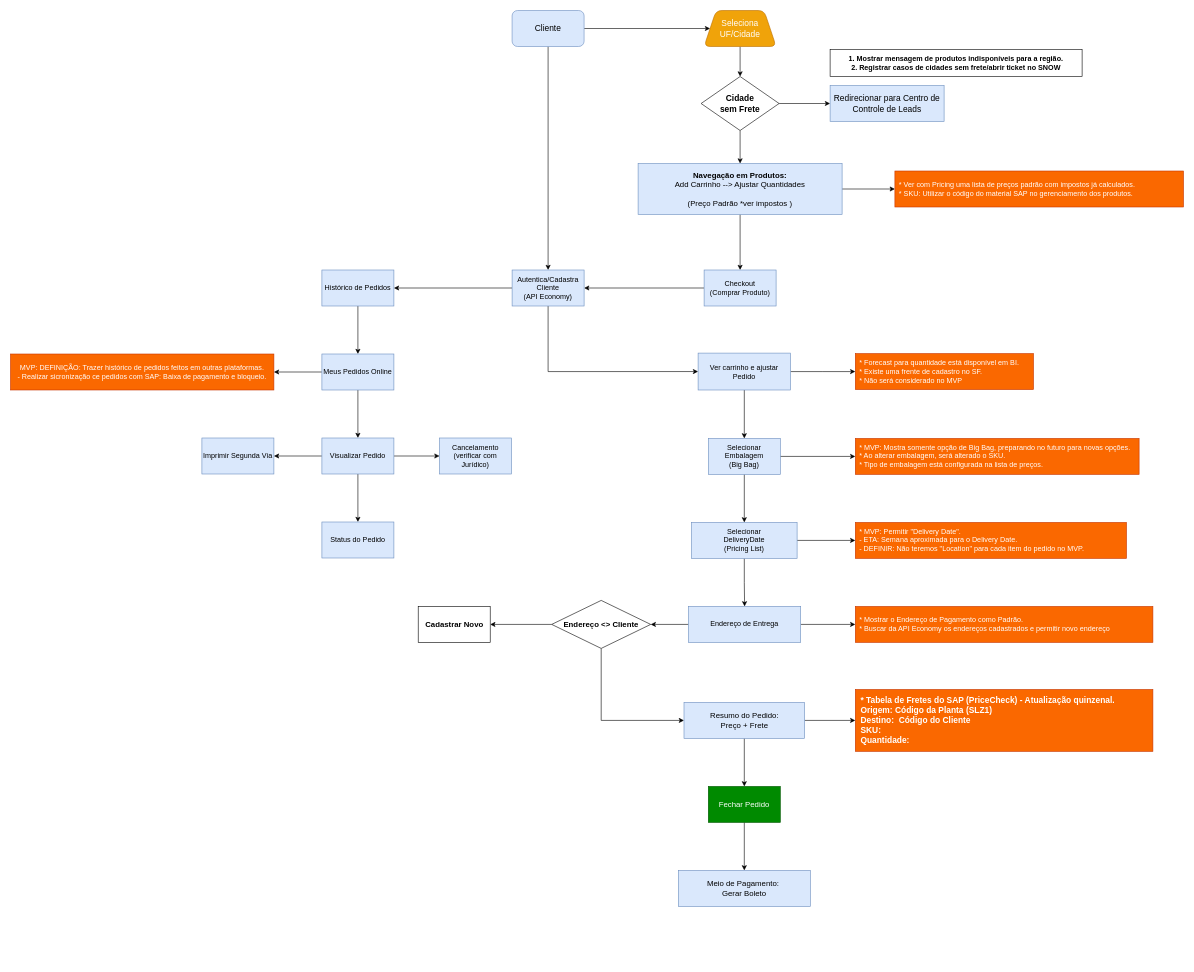
This is page "OrderEntry" (1 of 2) of OnlineSales.drawio from anlugifa/drawio, a draw.io file, before an edit. Source tidied: cells renumbered, new cells numbered last; positions are measured from the earlier drawing's top-left corner, leaving out a move shared by most shapes. Both pictures are drawn from the tidied source at 60%, with x=0, y=0 at pixel (10, 10).
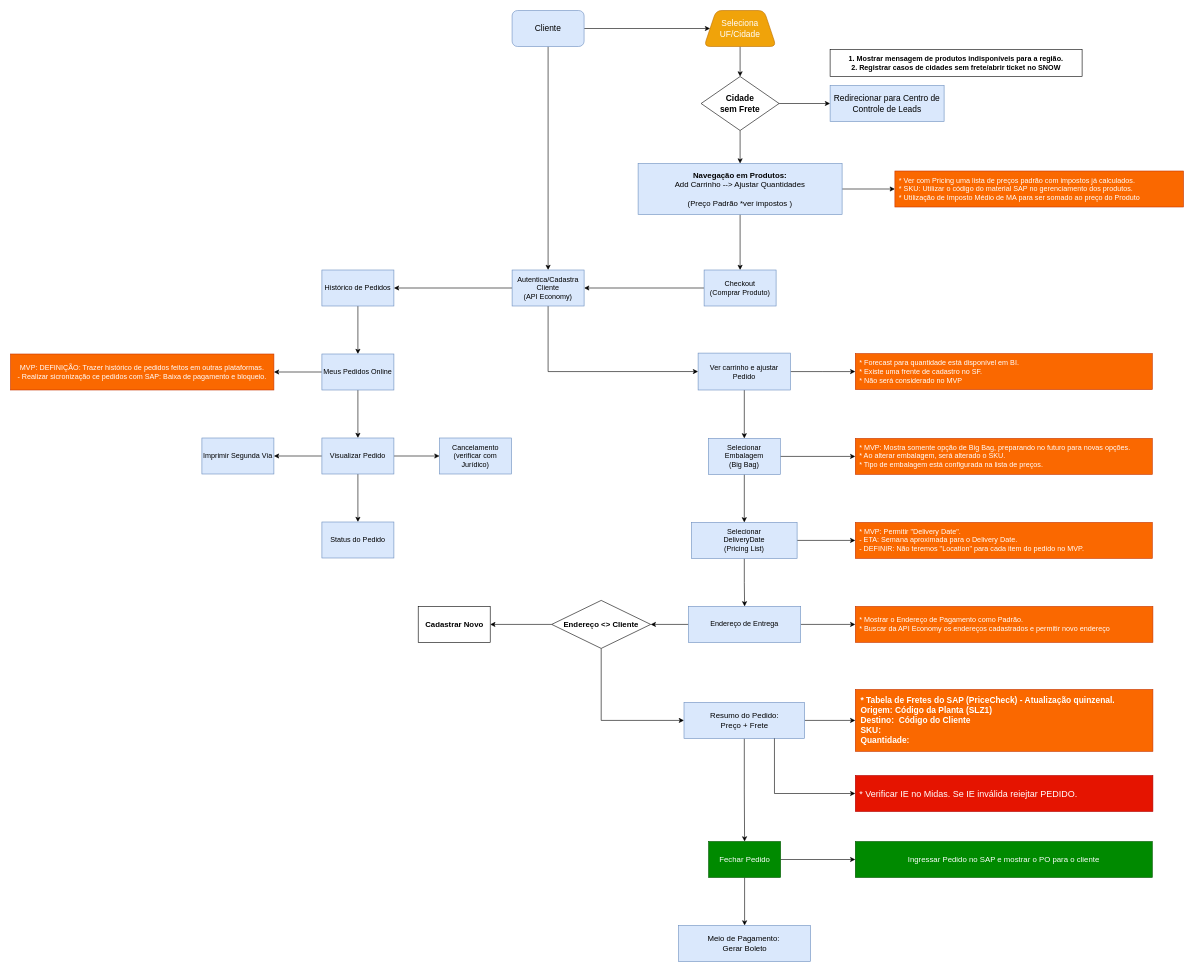
The same page after the edit.

Unchanged cells that the change refers to:
```xml
<mxCell id="56" value="Resumo do Pedido: &lt;br&gt;Preço + Frete" style="whiteSpace=wrap;html=1;fontSize=13;fontStyle=0;fillColor=#dae8fc;strokeColor=#6c8ebf;" parent="1" vertex="1">
  <mxGeometry x="1122.5" y="1153.2" width="201" height="60" as="geometry" />
</mxCell>
```

Diff of the diagram source:
```diff
@@
     <mxCell id="35" value="* Forecast para quantidade está disponível em BI.&lt;br&gt;* Existe uma frente de cadastro no  SF.&lt;br&gt;* Não será considerado no MVP" style="whiteSpace=wrap;html=1;fontStyle=0;strokeColor=#C73500;fillColor=#fa6800;fontColor=#ffffff;align=left;spacingLeft=5;" parent="1" vertex="1">
-      <mxGeometry x="1408" y="571.8" width="297" height="60" as="geometry" />
+      <mxGeometry x="1408" y="571.8" width="495" height="60" as="geometry" />
     </mxCell>
-    <mxCell id="36" value="&lt;div&gt;* Ver com Pricing uma lista de preços padrão com impostos já calculados.&lt;/div&gt;&lt;div&gt;* SKU: Utilizar o código do material SAP no gerenciamento dos produtos.&lt;/div&gt;" style="whiteSpace=wrap;html=1;fontStyle=0;strokeColor=#C73500;fillColor=#fa6800;fontColor=#ffffff;align=left;spacingLeft=5;" parent="1" vertex="1">
+    <mxCell id="36" value="&lt;div&gt;* Ver com Pricing uma lista de preços padrão com impostos já calculados.&lt;/div&gt;&lt;div&gt;* SKU: Utilizar o código do material SAP no gerenciamento dos produtos.&lt;/div&gt;&lt;div&gt;* Utilização de Imposto Médio de MA para ser somado ao preço do Produto&lt;/div&gt;" style="whiteSpace=wrap;html=1;fontStyle=0;strokeColor=#C73500;fillColor=#fa6800;fontColor=#ffffff;align=left;spacingLeft=5;" parent="1" vertex="1">
       <mxGeometry x="1474" y="267.5" width="481" height="60" as="geometry" />
     </mxCell>
@@
     <mxCell id="41" value="&lt;div&gt;* MVP: Mostra somente opção de Big Bag, preparando no futuro para novas opções.&lt;/div&gt;&lt;div&gt;* Ao alterar embalagem, será alterado o SKU.&lt;/div&gt;&lt;div&gt;* Tipo de embalagem está configurada na lista de preços.&lt;/div&gt;" style="whiteSpace=wrap;html=1;fontStyle=0;strokeColor=#C73500;fillColor=#fa6800;fontColor=#ffffff;align=left;spacingLeft=5;" parent="1" vertex="1">
-      <mxGeometry x="1408" y="713.2" width="473" height="60" as="geometry" />
+      <mxGeometry x="1408" y="713.2" width="495" height="60" as="geometry" />
     </mxCell>
@@
     <mxCell id="45" value="&lt;div&gt;* MVP: Permitir &quot;Delivery Date&quot;.&lt;/div&gt;&lt;div&gt;- ETA: Semana aproximada para o Delivery Date.&lt;/div&gt;&lt;div style=&quot;&quot;&gt;- DEFINIR: Não teremos &quot;Location&quot; para cada item do pedido no MVP.&lt;/div&gt;" style="whiteSpace=wrap;html=1;fontStyle=0;strokeColor=#C73500;fillColor=#fa6800;fontColor=#ffffff;align=left;spacingLeft=5;" parent="1" vertex="1">
-      <mxGeometry x="1408" y="853.2" width="452" height="60" as="geometry" />
+      <mxGeometry x="1408" y="853.2" width="495" height="60" as="geometry" />
     </mxCell>
@@
+    <mxCell id="61" style="edgeStyle=orthogonalEdgeStyle;rounded=0;jettySize=auto;html=1;fontSize=15;" parent="1" edge="1" source="59" target="64">
+      <mxGeometry relative="1" as="geometry" />
+    </mxCell>
     <mxCell id="59" value="Fechar Pedido" style="whiteSpace=wrap;html=1;fontSize=13;fontStyle=0;strokeColor=#005700;fillColor=#008a00;fontColor=#ffffff;" parent="1" vertex="1">
-      <mxGeometry x="1163" y="1293.2" width="120" height="60" as="geometry" />
+      <mxGeometry x="1163.5" y="1385" width="120" height="60" as="geometry" />
     </mxCell>
     <mxCell id="60" value="Meio de Pagamento:&amp;nbsp;&lt;br&gt;Gerar Boleto" style="whiteSpace=wrap;html=1;fontSize=13;fontStyle=0;strokeColor=#6c8ebf;fillColor=#dae8fc;" parent="1" vertex="1">
-      <mxGeometry x="1113" y="1433.2" width="220" height="60" as="geometry" />
+      <mxGeometry x="1113.5" y="1525" width="220" height="60" as="geometry" />
     </mxCell>
+    <mxCell id="62" value="* Verificar IE no Midas. Se IE inválida reiejtar PEDIDO." style="whiteSpace=wrap;html=1;fontStyle=0;strokeColor=#B20000;fillColor=#e51400;fontColor=#ffffff;align=left;spacingLeft=5;fontSize=15;" parent="1" vertex="1">
+      <mxGeometry x="1408" y="1275" width="496" height="60" as="geometry" />
+    </mxCell>
+    <mxCell id="63" style="edgeStyle=orthogonalEdgeStyle;rounded=0;jettySize=auto;html=1;entryX=0;entryY=0.5;entryDx=0;entryDy=0;fontSize=13;fontColor=#000000;exitX=0.75;exitY=1;exitDx=0;exitDy=0;" parent="1" edge="1" source="56" target="62">
+      <mxGeometry relative="1" as="geometry">
+        <Array as="points">
+          <mxPoint x="1273" y="1305" />
+        </Array>
+      </mxGeometry>
+    </mxCell>
+    <mxCell id="64" value="Ingressar Pedido no SAP e mostrar o PO para o cliente" style="whiteSpace=wrap;html=1;fontSize=13;fontColor=#ffffff;fontStyle=0;strokeColor=#005700;fillColor=#008a00;" parent="1" vertex="1">
+      <mxGeometry x="1408" y="1385" width="495" height="60" as="geometry" />
+    </mxCell>
```
